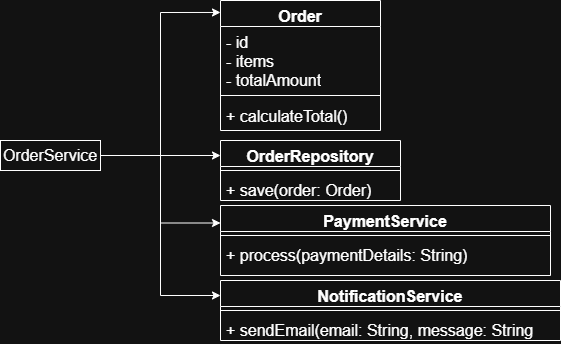
Above: docs/class-diagram-after.png in liviugabriel06/MAP2026 (draw.io), before the change. Source tidied: cells renumbered, new cells last; positions are measured from the earlier drawing's top-left corner, leaving out a move shared by most shapes.
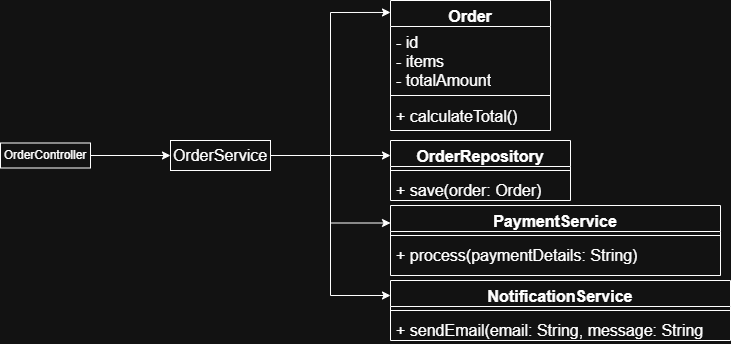
After the commit.

What changed in the source:
```diff
@@ -56,5 +56,11 @@
     <mxCell id="19" style="edgeStyle=orthogonalEdgeStyle;rounded=0;jettySize=auto;html=1;exitX=1;exitY=0.5;exitDx=0;exitDy=0;entryX=0;entryY=0.092;entryDx=0;entryDy=0;entryPerimeter=0;" parent="1" edge="1" source="18" target="2">
       <mxGeometry relative="1" as="geometry" />
     </mxCell>
+    <mxCell id="20" style="edgeStyle=orthogonalEdgeStyle;rounded=0;jettySize=auto;html=1;" parent="1" edge="1" source="21" target="18">
+      <mxGeometry relative="1" as="geometry" />
+    </mxCell>
+    <mxCell id="21" value="OrderController" style="rounded=0;whiteSpace=wrap;html=1;" parent="1" vertex="1">
+      <mxGeometry x="-170" y="142.5" width="90" height="25" as="geometry" />
+    </mxCell>
   </root>
 </mxGraphModel>
```
